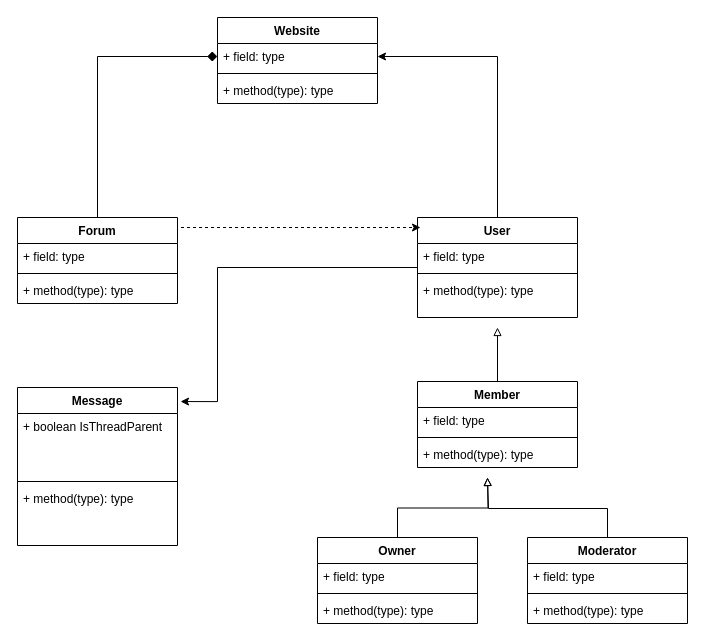
Above: UML Forum Assignment.drawio in AlexSWoo/UML (draw.io), before the change. Source tidied: cells renumbered, new cells numbered last; positions are measured from the earlier drawing's top-left corner, leaving out a move shared by most shapes. Both pictures are drawn from the tidied source at 100%, with x=0, y=0 at pixel (17, 17).
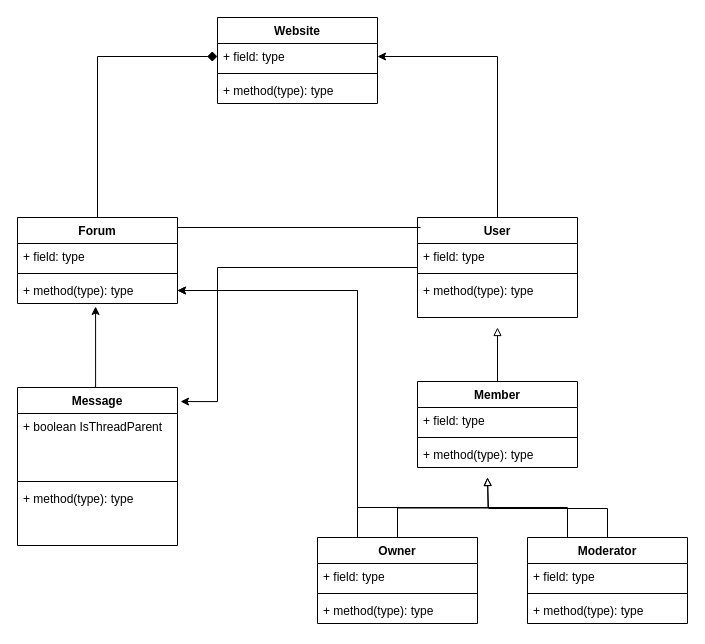
After the change.

Unchanged cells that the change refers to:
```xml
<mxCell id="17" value="Owner" style="swimlane;fontStyle=1;align=center;verticalAlign=top;horizontal=1;startSize=26;whiteSpace=wrap;html=1;" parent="1" vertex="1">
  <mxGeometry x="300" y="520" width="160" height="86" as="geometry" />
</mxCell>
<mxCell id="22" value="Moderator" style="swimlane;fontStyle=1;align=center;verticalAlign=top;horizontal=1;startSize=26;whiteSpace=wrap;html=1;" parent="1" vertex="1">
  <mxGeometry x="510" y="520" width="160" height="86" as="geometry" />
</mxCell>
<mxCell id="30" value="+ method(type): type" style="text;strokeColor=none;fillColor=none;align=left;verticalAlign=top;spacingLeft=4;spacingRight=4;overflow=hidden;points=[[0,0.5],[1,0.5]];portConstraint=eastwest;whiteSpace=wrap;html=1;" parent="27" vertex="1">
  <mxGeometry y="60" width="160" height="26" as="geometry" />
</mxCell>
<mxCell id="31" value="Message" style="swimlane;fontStyle=1;align=center;verticalAlign=top;horizontal=1;startSize=26;whiteSpace=wrap;html=1;" parent="1" vertex="1">
  <mxGeometry y="370" width="160" height="158" as="geometry" />
</mxCell>
```

What changed in the source:
```diff
@@
+    <mxCell id="37" style="edgeStyle=orthogonalEdgeStyle;rounded=0;jettySize=auto;html=1;exitX=0.25;exitY=0;exitDx=0;exitDy=0;entryX=1;entryY=0.5;entryDx=0;entryDy=0;" parent="1" edge="1" source="17" target="30">
+      <mxGeometry relative="1" as="geometry" />
+    </mxCell>
@@
+    <mxCell id="38" style="edgeStyle=orthogonalEdgeStyle;rounded=0;jettySize=auto;html=1;exitX=0.25;exitY=0;exitDx=0;exitDy=0;entryX=1;entryY=0.5;entryDx=0;entryDy=0;" parent="1" edge="1" source="22" target="30">
+      <mxGeometry relative="1" as="geometry">
+        <Array as="points">
+          <mxPoint x="550" y="490" />
+          <mxPoint x="340" y="490" />
+          <mxPoint x="340" y="273" />
+        </Array>
+      </mxGeometry>
+    </mxCell>
@@
-    <mxCell id="36" style="edgeStyle=orthogonalEdgeStyle;rounded=0;orthogonalLoop=1;jettySize=auto;html=1;exitX=1;exitY=0.25;exitDx=0;exitDy=0;entryX=0.019;entryY=0.19;entryDx=0;entryDy=0;entryPerimeter=0;dashed=1;" parent="1" edge="1">
+    <mxCell id="36" style="edgeStyle=orthogonalEdgeStyle;rounded=0;orthogonalLoop=1;jettySize=auto;html=1;exitX=1;exitY=0.25;exitDx=0;exitDy=0;entryX=0.019;entryY=0.19;entryDx=0;entryDy=0;entryPerimeter=0;endArrow=none;endFill=0;" parent="1" edge="1">
       <mxGeometry relative="1" as="geometry">
         <mxPoint x="160" y="212.5" as="sourcePoint" />
         <mxPoint x="403" y="210" as="targetPoint" />
         <Array as="points">
           <mxPoint x="160" y="210" />
         </Array>
       </mxGeometry>
     </mxCell>
+    <mxCell id="39" style="edgeStyle=orthogonalEdgeStyle;rounded=0;jettySize=auto;html=1;exitX=0.5;exitY=0;exitDx=0;exitDy=0;entryX=0.488;entryY=1.115;entryDx=0;entryDy=0;entryPerimeter=0;" parent="1" edge="1" source="31" target="30">
+      <mxGeometry relative="1" as="geometry">
+        <Array as="points">
+          <mxPoint x="78" y="370" />
+        </Array>
+      </mxGeometry>
+    </mxCell>
```
